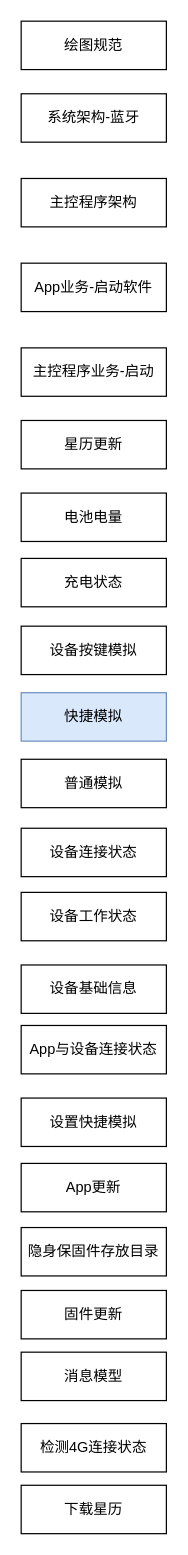
Above: page "目录" (3 of 26) of 隐身保arm版-业务流程-V1.0-20221028-1.drawio in kyphoon/ysb_drawio_tree (draw.io), before the change. Source tidied: cells renumbered, new cells numbered last; positions are measured from the earlier drawing's top-left corner, leaving out a move shared by most shapes. Both pictures are drawn from the tidied source at 121%, with x=0, y=0 at pixel (21, 21).
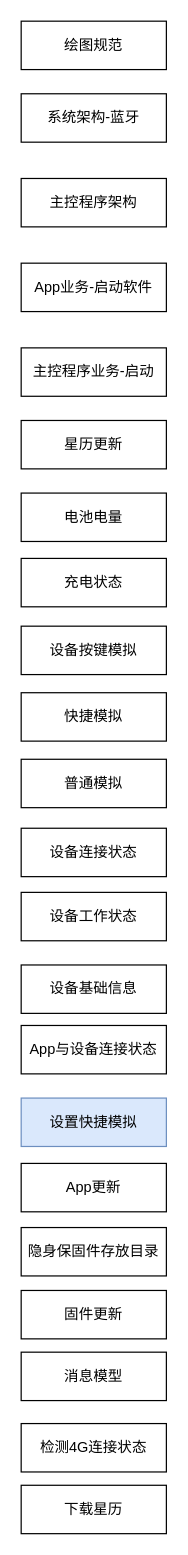
After the change.

The edit, as a diff of the source:
```diff
@@
-    <mxCell id="8" value="快捷模拟" style="rounded=0;whiteSpace=wrap;html=1;fillColor=#dae8fc;strokeColor=#6c8ebf;" parent="1" vertex="1">
+    <mxCell id="8" value="快捷模拟" style="rounded=0;whiteSpace=wrap;html=1;" parent="1" vertex="1">
       <mxGeometry y="555" width="120" height="40" as="geometry" />
     </mxCell>
@@
-    <mxCell id="11" value="设置快捷模拟" style="rounded=0;whiteSpace=wrap;html=1;" parent="1" vertex="1">
+    <mxCell id="11" value="设置快捷模拟" style="rounded=0;whiteSpace=wrap;html=1;fillColor=#dae8fc;strokeColor=#6c8ebf;" parent="1" vertex="1">
       <mxGeometry y="890" width="120" height="40" as="geometry" />
     </mxCell>
```
